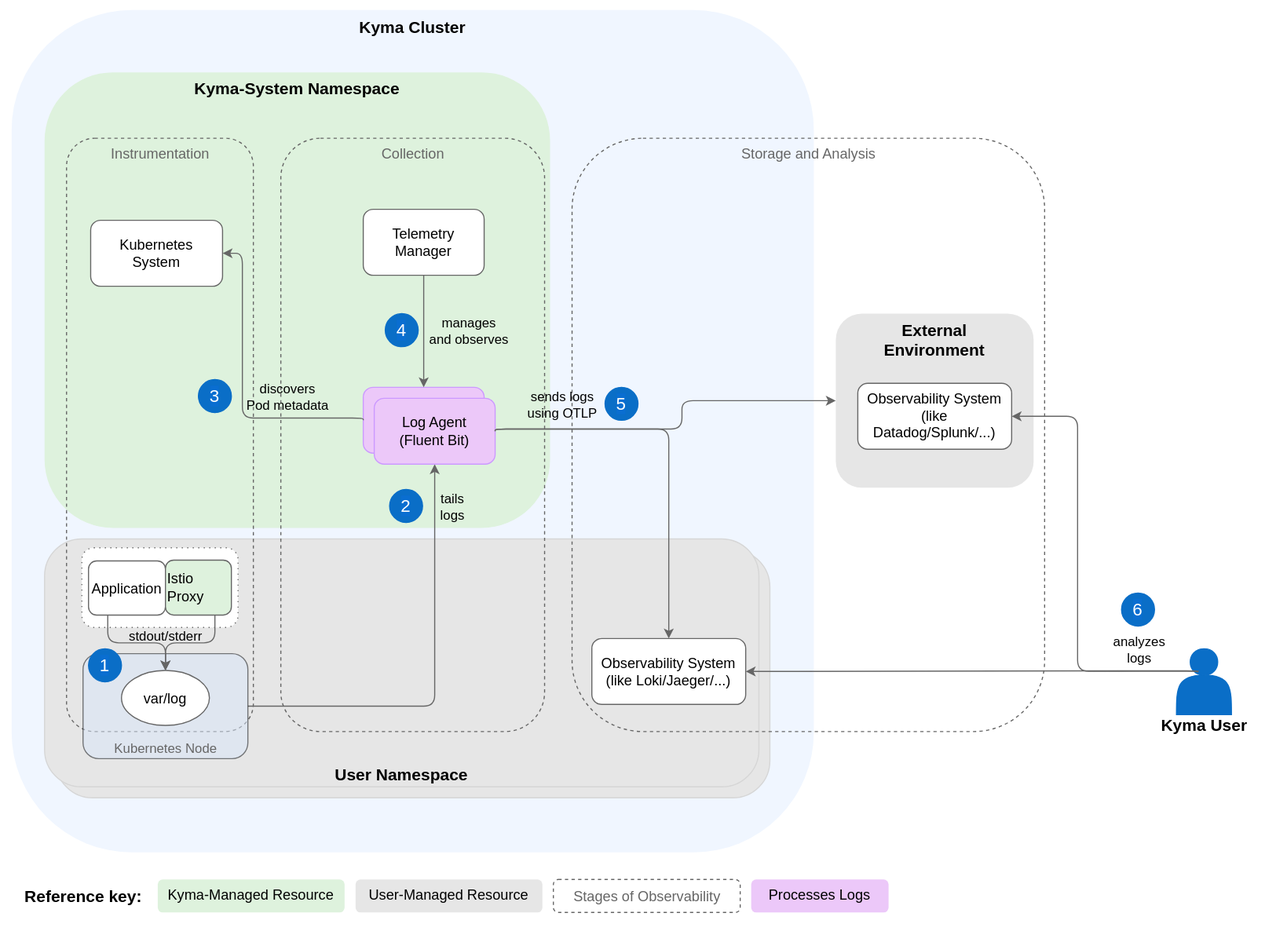
Earlier version of the draw.io export docs/user/assets/logs-arch.drawio.svg (kyma-project/telemetry-manager). Source tidied: cells renumbered, new cells last; positions are measured from the earlier drawing's top-left corner, leaving out a move shared by most shapes.
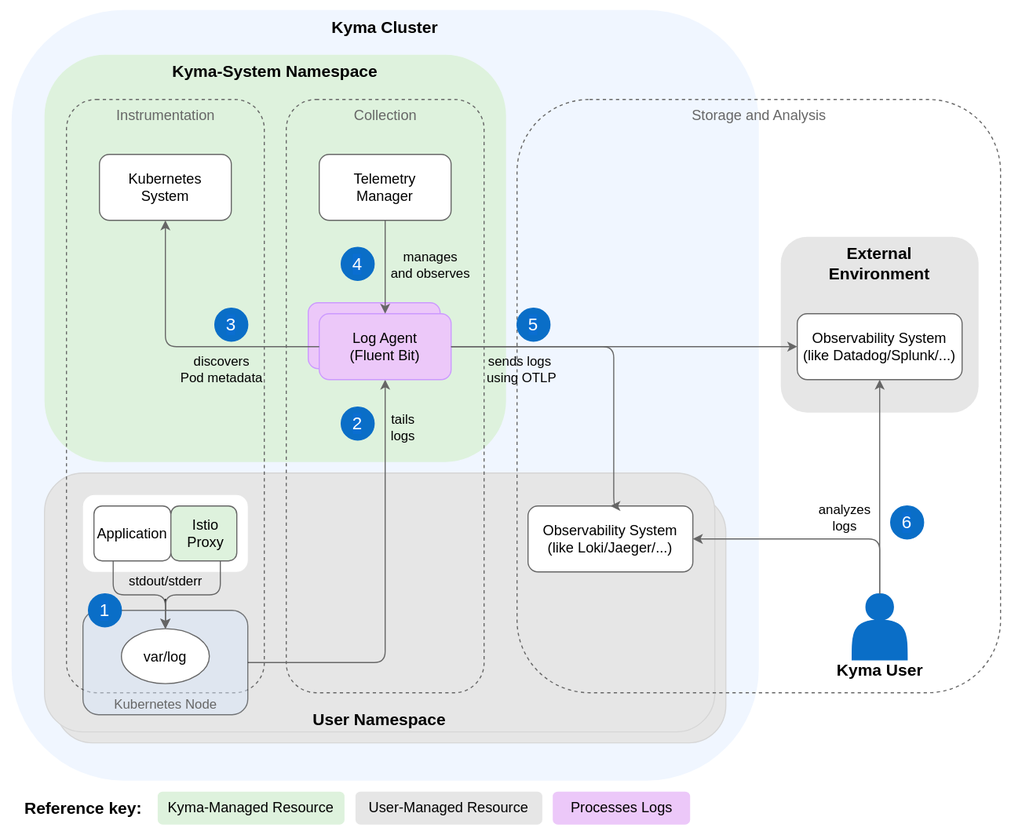
The same diagram one commit later.

What changed in the source:
```diff
@@ -5,6 +5,9 @@
     <mxCell id="2" style="rounded=0;whiteSpace=wrap;html=1;fillColor=#FFFFFF;strokeColor=none;" parent="1" vertex="1">
-      <mxGeometry width="1170" height="850" as="geometry" />
+      <mxGeometry x="-1000" y="10" width="920" height="760" as="geometry" />
     </mxCell>
+    <mxCell id="7" value="&lt;b style=&quot;color: rgb(0, 0, 0); font-size: 15px;&quot;&gt;&lt;font style=&quot;font-size: 15px;&quot;&gt;Kyma Cluster&lt;br style=&quot;font-size: 15px;&quot;&gt;&lt;/font&gt;&lt;/b&gt;" style="rounded=1;whiteSpace=wrap;html=1;fillColor=#F0F6FF;strokeColor=none;fontColor=#333333;verticalAlign=top;fontSize=15;" parent="1" vertex="1">
+      <mxGeometry x="-990" y="18.6" width="680" height="701.4" as="geometry" />
+    </mxCell>
     <mxCell id="3" style="group;" parent="1" vertex="1">
-      <mxGeometry x="1050" y="590" width="90" height="79" as="geometry" />
+      <mxGeometry x="-245" y="550" width="90" height="79" as="geometry" />
     </mxCell>
@@ -17,73 +20,48 @@
     <mxCell id="6" value="&lt;font style=&quot;font-size: 16px&quot;&gt;6&lt;/font&gt;" style="ellipse;whiteSpace=wrap;html=1;labelBackgroundColor=#0A6ED1;fontColor=#FFFFFF;fillColor=#0A6EC7;strokeColor=#0A6EC7;" parent="1" vertex="1">
-      <mxGeometry x="1020" y="539.3" width="30" height="30" as="geometry" />
+      <mxGeometry x="-190" y="470" width="30" height="30" as="geometry" />
     </mxCell>
-    <mxCell id="7" value="&lt;b style=&quot;color: rgb(0, 0, 0); font-size: 15px;&quot;&gt;&lt;font style=&quot;font-size: 15px;&quot;&gt;Kyma Cluster&lt;br style=&quot;font-size: 15px;&quot;&gt;&lt;/font&gt;&lt;/b&gt;" style="rounded=1;whiteSpace=wrap;html=1;fillColor=#F0F6FF;strokeColor=none;fontColor=#333333;verticalAlign=top;fontSize=15;" parent="1" vertex="1">
-      <mxGeometry x="10" y="8.6" width="730" height="766.8" as="geometry" />
-    </mxCell>
     <mxCell id="8" value="&lt;b style=&quot;color: rgb(0, 0, 0); font-size: 15px;&quot;&gt;Kyma-System Namespace&lt;br style=&quot;font-size: 15px;&quot;&gt;&lt;/b&gt;" style="rounded=1;whiteSpace=wrap;html=1;dashed=1;fillColor=#DEF2DD;strokeColor=none;verticalAlign=top;fontSize=15;" parent="1" vertex="1">
-      <mxGeometry x="40" y="65.3" width="460" height="414.7" as="geometry" />
+      <mxGeometry x="-960" y="59.3" width="420" height="370.7" as="geometry" />
     </mxCell>
     <mxCell id="9" style="rounded=1;whiteSpace=wrap;html=1;fillColor=#E6E6E6;strokeColor=#d6d6d6;" parent="1" vertex="1">
-      <mxGeometry x="50" y="500" width="650" height="225.7" as="geometry" />
+      <mxGeometry x="-950" y="460" width="610" height="225.7" as="geometry" />
     </mxCell>
     <mxCell id="10" value="&lt;b style=&quot;color: rgb(0, 0, 0); font-size: 15px;&quot;&gt;User Namespace&lt;br style=&quot;font-size: 15px;&quot;&gt;&lt;/b&gt;" style="rounded=1;whiteSpace=wrap;html=1;fillColor=#E6E6E6;strokeColor=#D6D6D6;verticalAlign=bottom;fontSize=15;" parent="1" vertex="1">
-      <mxGeometry x="40" y="490" width="650" height="225.7" as="geometry" />
+      <mxGeometry x="-960" y="440" width="610" height="235.7" as="geometry" />
     </mxCell>
     <mxCell id="11" value="&lt;font color=&quot;#666666&quot; style=&quot;font-size: 13px;&quot;&gt;Storage and Analysis&lt;br style=&quot;font-size: 13px;&quot;&gt;&lt;/font&gt;" style="html=1;fillColor=none;strokeColor=#666666;rounded=1;dashed=1;verticalAlign=top;fontSize=13;" parent="1" vertex="1">
-      <mxGeometry x="520" y="125.3" width="430" height="540" as="geometry" />
+      <mxGeometry x="-530" y="100" width="440" height="540" as="geometry" />
     </mxCell>
     <mxCell id="12" value="&lt;b style=&quot;color: rgb(0, 0, 0); font-size: 15px;&quot;&gt;&lt;font style=&quot;font-size: 15px;&quot;&gt;External&lt;br style=&quot;font-size: 15px;&quot;&gt;Environment&lt;br style=&quot;font-size: 15px;&quot;&gt;&lt;/font&gt;&lt;/b&gt;" style="rounded=1;whiteSpace=wrap;html=1;fillColor=#e6e6e6;strokeColor=none;fontColor=#333333;verticalAlign=top;fontSize=15;" parent="1" vertex="1">
-      <mxGeometry x="760" y="285" width="180" height="158.4" as="geometry" />
+      <mxGeometry x="-290" y="225" width="180" height="160" as="geometry" />
     </mxCell>
     <mxCell id="13" value="Observability System&lt;br style=&quot;font-size: 13px;&quot;&gt;(like Datadog/Splunk/...)" style="rounded=1;whiteSpace=wrap;html=1;fontColor=#000000;fillColor=#FFFFFF;strokeColor=#666666;fontSize=13;" parent="1" vertex="1">
-      <mxGeometry x="780" y="348.4" width="140" height="60" as="geometry" />
+      <mxGeometry x="-275" y="295" width="150" height="60" as="geometry" />
     </mxCell>
     <mxCell id="14" value="Observability System&lt;br style=&quot;font-size: 13px;&quot;&gt;(like Loki/Jaeger/...)" style="rounded=1;whiteSpace=wrap;html=1;fontColor=#000000;fillColor=#FFFFFF;strokeColor=#666666;fontSize=13;" parent="1" vertex="1">
-      <mxGeometry x="538" y="580.7" width="140" height="60" as="geometry" />
+      <mxGeometry x="-520" y="470" width="150" height="60" as="geometry" />
     </mxCell>
     <mxCell id="15" value="&lt;font color=&quot;#666666&quot; style=&quot;font-size: 13px;&quot;&gt;Instrumentation&lt;br style=&quot;font-size: 13px;&quot;&gt;&lt;/font&gt;" style="html=1;fillColor=none;strokeColor=#666666;rounded=1;dashed=1;verticalAlign=top;fontSize=13;" parent="1" vertex="1">
-      <mxGeometry x="60" y="125.3" width="170" height="540" as="geometry" />
+      <mxGeometry x="-940" y="100" width="180" height="540" as="geometry" />
     </mxCell>
     <mxCell id="16" value="&lt;font color=&quot;#666666&quot; style=&quot;font-size: 13px;&quot;&gt;Collection&lt;br style=&quot;font-size: 13px;&quot;&gt;&lt;/font&gt;" style="html=1;fillColor=none;strokeColor=#666666;rounded=1;dashed=1;verticalAlign=top;fontSize=13;" parent="1" vertex="1">
-      <mxGeometry x="255" y="125.3" width="240" height="540" as="geometry" />
+      <mxGeometry x="-740" y="100" width="180" height="540" as="geometry" />
     </mxCell>
     <mxCell id="17" value="Telemetry&lt;br style=&quot;font-size: 13px;&quot;&gt;Manager" style="rounded=1;whiteSpace=wrap;html=1;fontColor=#000000;fillColor=#FFFFFF;strokeColor=#666666;fontSize=13;" parent="1" vertex="1">
-      <mxGeometry x="330" y="190" width="110" height="60" as="geometry" />
+      <mxGeometry x="-710" y="150" width="120" height="60" as="geometry" />
     </mxCell>
     <mxCell id="18" value="&lt;font style=&quot;font-size: 15px;&quot;&gt;&lt;b&gt;Reference key:&lt;/b&gt;&lt;/font&gt;" style="text;html=1;align=center;verticalAlign=middle;strokeColor=none;fillColor=default;" parent="1" vertex="1">
-      <mxGeometry x="10" y="800" width="130" height="30" as="geometry" />
+      <mxGeometry x="-990" y="730" width="130" height="30" as="geometry" />
     </mxCell>
     <mxCell id="19" value="&lt;span style=&quot;color: rgb(0, 0, 0); font-family: Helvetica; font-size: 13px; font-style: normal; font-variant-ligatures: normal; font-variant-caps: normal; font-weight: 400; letter-spacing: normal; orphans: 2; text-indent: 0px; text-transform: none; widows: 2; word-spacing: 0px; -webkit-text-stroke-width: 0px; text-decoration-thickness: initial; text-decoration-style: initial; text-decoration-color: initial; float: none; display: inline !important;&quot;&gt;Processes Logs&lt;/span&gt;" style="text;whiteSpace=wrap;html=1;strokeColor=none;rounded=1;fillColor=#ecc8f9;align=center;fontSize=13;" parent="1" vertex="1">
-      <mxGeometry x="683" y="800" width="125" height="30" as="geometry" />
+      <mxGeometry x="-497.5" y="730" width="125" height="30" as="geometry" />
     </mxCell>
-    <mxCell id="20" style="rounded=1;jettySize=auto;html=1;strokeColor=#666666;entryX=1;entryY=0.5;entryDx=0;entryDy=0;exitX=0.407;exitY=0.34;exitDx=0;exitDy=0;exitPerimeter=0;edgeStyle=orthogonalEdgeStyle;" parent="1" edge="1" source="4" target="13">
-      <mxGeometry relative="1" as="geometry">
-        <Array as="points">
-          <mxPoint x="980" y="610" />
-          <mxPoint x="980" y="378" />
-          <mxPoint x="920" y="378" />
-        </Array>
-      </mxGeometry>
-    </mxCell>
-    <mxCell id="21" value="&lt;font style=&quot;font-size: 12px;&quot;&gt;analyzes &lt;br&gt;logs&lt;/font&gt;" style="edgeLabel;html=1;align=center;verticalAlign=middle;" parent="20" vertex="1">
-      <mxGeometry x="-0.05" relative="1" as="geometry">
-        <mxPoint x="55" y="62" as="offset" />
-      </mxGeometry>
-    </mxCell>
-    <mxCell id="22" style="rounded=1;jettySize=auto;html=1;strokeColor=#666666;entryX=1;entryY=0.5;entryDx=0;entryDy=0;exitX=0.381;exitY=0.361;exitDx=0;exitDy=0;exitPerimeter=0;edgeStyle=orthogonalEdgeStyle;" parent="1" edge="1" source="4" target="14">
-      <mxGeometry relative="1" as="geometry">
-        <Array as="points">
-          <mxPoint x="1089" y="610" />
-          <mxPoint x="1030" y="610" />
-        </Array>
-      </mxGeometry>
-    </mxCell>
     <mxCell id="23" value="Kubernetes&lt;br style=&quot;font-size: 13px;&quot;&gt;System" style="rounded=1;whiteSpace=wrap;html=1;fontSize=13;strokeColor=#666666;" parent="1" vertex="1">
-      <mxGeometry x="82" y="200" width="120" height="60" as="geometry" />
+      <mxGeometry x="-910" y="150" width="120" height="60" as="geometry" />
     </mxCell>
     <mxCell id="24" value="&lt;font style=&quot;font-size: 16px&quot;&gt;5&lt;/font&gt;" style="ellipse;whiteSpace=wrap;html=1;labelBackgroundColor=#0A6ED1;fontColor=#FFFFFF;fillColor=#0A6EC7;strokeColor=#0A6EC7;" parent="1" vertex="1">
-      <mxGeometry x="550" y="352" width="30" height="30" as="geometry" />
+      <mxGeometry x="-530" y="290" width="30" height="30" as="geometry" />
     </mxCell>
     <mxCell id="25" value="Log Agent&lt;br&gt;(Fluent Bit)" style="rounded=1;whiteSpace=wrap;html=1;fillColor=#ecc8f9;strokeColor=#CC99FF;fontColor=#000000;" parent="1" vertex="1">
-      <mxGeometry x="330" y="352" width="110" height="60" as="geometry" />
+      <mxGeometry x="-720" y="285" width="120" height="60" as="geometry" />
     </mxCell>
@@ -93,6 +71,6 @@
     <mxCell id="27" value="stdout/stderr" style="text;html=1;align=center;verticalAlign=middle;points=[];fontSize=12;" parent="1" vertex="1">
-      <mxGeometry x="105" y="564.4" width="90" height="30" as="geometry" />
+      <mxGeometry x="-895" y="524.4" width="90" height="30" as="geometry" />
     </mxCell>
     <mxCell id="28" value="&lt;font style=&quot;font-size: 16px&quot;&gt;2&lt;/font&gt;" style="ellipse;whiteSpace=wrap;html=1;labelBackgroundColor=#0A6ED1;fontColor=#FFFFFF;fillColor=#0A6EC7;strokeColor=#0A6EC7;" parent="1" vertex="1">
-      <mxGeometry x="354" y="445" width="30" height="30" as="geometry" />
+      <mxGeometry x="-690" y="380" width="30" height="30" as="geometry" />
     </mxCell>
@@ -103,3 +81,3 @@
       <mxGeometry x="0.35" y="-4" relative="1" as="geometry">
-        <mxPoint x="11" y="-88" as="offset" />
+        <mxPoint x="11" y="-80" as="offset" />
       </mxGeometry>
@@ -107,10 +85,8 @@
     <mxCell id="31" value="Log Agent&lt;br style=&quot;font-size: 13px;&quot;&gt;(Fluent Bit)" style="rounded=1;whiteSpace=wrap;html=1;fillColor=#ecc8f9;strokeColor=#CC99FF;fontColor=#000000;fontSize=13;" parent="1" vertex="1">
-      <mxGeometry x="340" y="362" width="110" height="60" as="geometry" />
+      <mxGeometry x="-710" y="295" width="120" height="60" as="geometry" />
     </mxCell>
-    <mxCell id="32" style="edgeStyle=orthogonalEdgeStyle;rounded=1;jettySize=auto;html=1;startArrow=none;startFill=0;endArrow=classic;endFill=1;strokeColor=#666666;entryX=1;entryY=0.5;entryDx=0;entryDy=0;exitX=0;exitY=0.5;exitDx=0;exitDy=0;" parent="1" edge="1" source="25" target="23">
+    <mxCell id="32" style="edgeStyle=orthogonalEdgeStyle;rounded=1;jettySize=auto;html=1;startArrow=none;startFill=0;endArrow=classic;endFill=1;strokeColor=#666666;entryX=0.5;entryY=1;entryDx=0;entryDy=0;exitX=0;exitY=0.5;exitDx=0;exitDy=0;" parent="1" edge="1" source="31" target="23">
       <mxGeometry relative="1" as="geometry">
         <Array as="points">
-          <mxPoint x="330" y="380" />
-          <mxPoint x="220" y="380" />
-          <mxPoint x="220" y="230" />
+          <mxPoint x="-850" y="325" />
         </Array>
@@ -120,3 +96,3 @@
       <mxGeometry x="-0.24" y="2" relative="1" as="geometry">
-        <mxPoint x="35" y="-22" as="offset" />
+        <mxPoint x="7" y="18" as="offset" />
       </mxGeometry>
@@ -124,13 +100,12 @@
     <mxCell id="34" value="&lt;font style=&quot;font-size: 16px&quot;&gt;3&lt;/font&gt;" style="ellipse;whiteSpace=wrap;html=1;labelBackgroundColor=#0A6ED1;fontColor=#FFFFFF;fillColor=#0A6EC7;strokeColor=#0A6EC7;" parent="1" vertex="1">
-      <mxGeometry x="180" y="345" width="30" height="30" as="geometry" />
+      <mxGeometry x="-805" y="290" width="30" height="30" as="geometry" />
     </mxCell>
     <mxCell id="35" value="&lt;font style=&quot;font-size: 16px&quot;&gt;4&lt;/font&gt;" style="ellipse;whiteSpace=wrap;html=1;labelBackgroundColor=#0A6ED1;fontColor=#FFFFFF;fillColor=#0A6EC7;strokeColor=#0A6EC7;" parent="1" vertex="1">
-      <mxGeometry x="350" y="285" width="30" height="30" as="geometry" />
+      <mxGeometry x="-690" y="234.7" width="30" height="30" as="geometry" />
     </mxCell>
-    <mxCell id="36" style="edgeStyle=orthogonalEdgeStyle;rounded=1;jettySize=auto;html=1;entryX=0;entryY=0.5;entryDx=0;entryDy=0;strokeColor=#666666;exitX=1;exitY=0.5;exitDx=0;exitDy=0;" parent="1" edge="1" source="31" target="12">
+    <mxCell id="36" style="edgeStyle=orthogonalEdgeStyle;rounded=1;jettySize=auto;html=1;entryX=0;entryY=0.5;entryDx=0;entryDy=0;strokeColor=#666666;exitX=1;exitY=0.5;exitDx=0;exitDy=0;" parent="1" edge="1" source="31" target="13">
       <mxGeometry relative="1" as="geometry">
         <Array as="points">
-          <mxPoint x="450" y="390" />
-          <mxPoint x="620" y="390" />
-          <mxPoint x="620" y="364" />
+          <mxPoint x="-430" y="325" />
+          <mxPoint x="-430" y="325" />
         </Array>
@@ -140,3 +115,3 @@
       <mxGeometry x="-0.14" y="-2" relative="1" as="geometry">
-        <mxPoint x="-84" y="-25" as="offset" />
+        <mxPoint x="-73" y="18" as="offset" />
       </mxGeometry>
@@ -146,4 +121,4 @@
         <Array as="points">
-          <mxPoint x="450" y="390" />
-          <mxPoint x="608" y="390" />
+          <mxPoint x="-442" y="325" />
+          <mxPoint x="-442" y="470" />
         </Array>
@@ -152,11 +127,11 @@
     <mxCell id="39" value="&lt;font color=&quot;#666666&quot;&gt;Kubernetes Node&lt;br&gt;&lt;/font&gt;" style="html=1;fillColor=#dae8fc;strokeColor=default;rounded=1;verticalAlign=bottom;opacity=50;" parent="1" vertex="1">
-      <mxGeometry x="75" y="594.4" width="150" height="95.6" as="geometry" />
+      <mxGeometry x="-925" y="565" width="150" height="95" as="geometry" />
     </mxCell>
     <mxCell id="40" value="var/log" style="ellipse;whiteSpace=wrap;html=1;fontSize=13;strokeColor=#666666;" parent="1" vertex="1">
-      <mxGeometry x="110" y="609.8" width="80" height="50" as="geometry" />
+      <mxGeometry x="-890" y="581.8" width="80" height="50" as="geometry" />
     </mxCell>
     <mxCell id="41" value="&lt;font style=&quot;font-size: 16px&quot;&gt;1&lt;/font&gt;" style="ellipse;whiteSpace=wrap;html=1;labelBackgroundColor=#0A6ED1;fontColor=#FFFFFF;fillColor=#0A6EC7;strokeColor=#0A6EC7;" parent="1" vertex="1">
-      <mxGeometry x="80" y="590.1" width="30" height="30" as="geometry" />
+      <mxGeometry x="-920" y="550" width="30" height="30" as="geometry" />
     </mxCell>
-    <mxCell id="42" style="edgeStyle=orthogonalEdgeStyle;rounded=1;jettySize=auto;html=1;startArrow=none;startFill=0;endArrow=classic;endFill=1;strokeColor=#666666;exitX=0.5;exitY=1;exitDx=0;exitDy=0;entryX=0.5;entryY=0;entryDx=0;entryDy=0;" parent="1" edge="1" source="17" target="25">
+    <mxCell id="42" style="edgeStyle=orthogonalEdgeStyle;rounded=1;jettySize=auto;html=1;startArrow=none;startFill=0;endArrow=classic;endFill=1;strokeColor=#666666;exitX=0.5;exitY=1;exitDx=0;exitDy=0;entryX=0.5;entryY=0;entryDx=0;entryDy=0;" parent="1" edge="1" source="17" target="31">
       <mxGeometry relative="1" as="geometry" />
@@ -165,13 +140,13 @@
       <mxGeometry x="0.35" y="-4" relative="1" as="geometry">
-        <mxPoint x="44" y="-19" as="offset" />
+        <mxPoint x="44" y="-18" as="offset" />
       </mxGeometry>
     </mxCell>
-    <mxCell id="44" style="rounded=1;whiteSpace=wrap;html=1;fillColor=#FFFFFF;strokeColor=#666666;fontColor=#000000;dashed=1;dashPattern=1 4;" parent="1" vertex="1">
-      <mxGeometry x="73.9" y="498" width="142.1" height="72.5" as="geometry" />
+    <mxCell id="44" style="rounded=1;whiteSpace=wrap;html=1;fillColor=#FFFFFF;strokeColor=none;fontColor=#000000;dashed=1;dashPattern=1 4;" parent="1" vertex="1">
+      <mxGeometry x="-925" y="460" width="150" height="70" as="geometry" />
     </mxCell>
     <mxCell id="45" value="&lt;font style=&quot;font-size: 13px;&quot;&gt;Application&lt;/font&gt;" style="rounded=1;whiteSpace=wrap;html=1;fillColor=#FFFFFF;strokeColor=#666666;fontColor=#000000;fontSize=13;" parent="1" vertex="1">
-      <mxGeometry x="80" y="510" width="70" height="49.3" as="geometry" />
+      <mxGeometry x="-915" y="470" width="70" height="50" as="geometry" />
     </mxCell>
-    <mxCell id="46" value="&lt;font style=&quot;font-size: 13px;&quot;&gt;&amp;nbsp;Istio&lt;br style=&quot;font-size: 13px;&quot;&gt;&amp;nbsp;Proxy&lt;/font&gt;" style="rounded=1;whiteSpace=wrap;html=1;fontSize=13;fillColor=#def2dd;strokeColor=#666666;fontColor=#000000;align=left;" parent="1" vertex="1">
-      <mxGeometry x="150" y="509.3" width="60" height="50" as="geometry" />
+    <mxCell id="46" value="&lt;font style=&quot;font-size: 13px;&quot;&gt;&amp;nbsp;Istio&lt;br style=&quot;font-size: 13px;&quot;&gt;&amp;nbsp;Proxy&lt;/font&gt;" style="rounded=1;whiteSpace=wrap;html=1;fontSize=13;fillColor=#def2dd;strokeColor=#666666;fontColor=#000000;align=center;" parent="1" vertex="1">
+      <mxGeometry x="-845" y="470" width="60" height="50" as="geometry" />
     </mxCell>
@@ -184,10 +159,26 @@
     <mxCell id="49" value="&lt;span style=&quot;color: rgb(0, 0, 0); font-family: Helvetica; font-size: 13px; font-style: normal; font-variant-ligatures: normal; font-variant-caps: normal; font-weight: 400; letter-spacing: normal; orphans: 2; text-indent: 0px; text-transform: none; widows: 2; word-spacing: 0px; -webkit-text-stroke-width: 0px; text-decoration-thickness: initial; text-decoration-style: initial; text-decoration-color: initial; float: none; display: inline !important;&quot;&gt;User-Managed Resource&lt;/span&gt;" style="text;whiteSpace=wrap;html=1;strokeColor=none;rounded=1;fillColor=#e6e6e6;align=center;fontSize=13;" parent="1" vertex="1">
-      <mxGeometry x="323" y="800" width="170" height="30" as="geometry" />
+      <mxGeometry x="-677" y="730" width="170" height="30" as="geometry" />
     </mxCell>
-    <mxCell id="50" value="&lt;font color=&quot;#666666&quot; style=&quot;font-size: 13px;&quot;&gt;&lt;font style=&quot;font-size: 13px;&quot;&gt;Stages of Observability&lt;/font&gt;&lt;br style=&quot;font-size: 13px;&quot;&gt;&lt;/font&gt;" style="html=1;fillColor=none;strokeColor=#666666;rounded=1;dashed=1;fontSize=13;" parent="1" vertex="1">
-      <mxGeometry x="503" y="800" width="170" height="30" as="geometry" />
-    </mxCell>
     <mxCell id="51" value="&lt;span style=&quot;color: rgb(0, 0, 0); font-family: Helvetica; font-size: 13px; font-style: normal; font-variant-ligatures: normal; font-variant-caps: normal; font-weight: 400; letter-spacing: normal; orphans: 2; text-indent: 0px; text-transform: none; widows: 2; word-spacing: 0px; -webkit-text-stroke-width: 0px; text-decoration-thickness: initial; text-decoration-style: initial; text-decoration-color: initial; float: none; display: inline !important;&quot;&gt;Kyma-Managed Resource&lt;/span&gt;" style="text;whiteSpace=wrap;html=1;strokeColor=none;rounded=1;fillColor=#def2dd;align=center;" parent="1" vertex="1">
-      <mxGeometry x="143" y="800" width="170" height="30" as="geometry" />
+      <mxGeometry x="-857" y="730" width="170" height="30" as="geometry" />
     </mxCell>
+    <mxCell id="20" style="edgeStyle=orthogonalEdgeStyle;rounded=1;jettySize=auto;html=1;entryX=0.5;entryY=1;entryDx=0;entryDy=0;strokeColor=#666666;exitX=0.5;exitY=0;exitDx=0;exitDy=0;" parent="1" edge="1" source="4" target="13">
+      <mxGeometry relative="1" as="geometry">
+        <Array as="points">
+          <mxPoint x="-200" y="550" />
+        </Array>
+      </mxGeometry>
+    </mxCell>
+    <mxCell id="22" style="edgeStyle=orthogonalEdgeStyle;rounded=1;jettySize=auto;html=1;entryX=1;entryY=0.5;entryDx=0;entryDy=0;strokeColor=#666666;exitX=0.5;exitY=0;exitDx=0;exitDy=0;" parent="1" edge="1" source="4" target="14">
+      <mxGeometry relative="1" as="geometry">
+        <Array as="points">
+          <mxPoint x="-200" y="500" />
+        </Array>
+      </mxGeometry>
+    </mxCell>
+    <mxCell id="21" value="analyzes &lt;br style=&quot;font-size: 12px;&quot;&gt;logs" style="edgeLabel;html=1;align=center;verticalAlign=middle;fontSize=12;labelBackgroundColor=none;" parent="22" vertex="1">
+      <mxGeometry x="-0.13" relative="1" as="geometry">
+        <mxPoint x="13" y="-20" as="offset" />
+      </mxGeometry>
+    </mxCell>
   </root>
```
